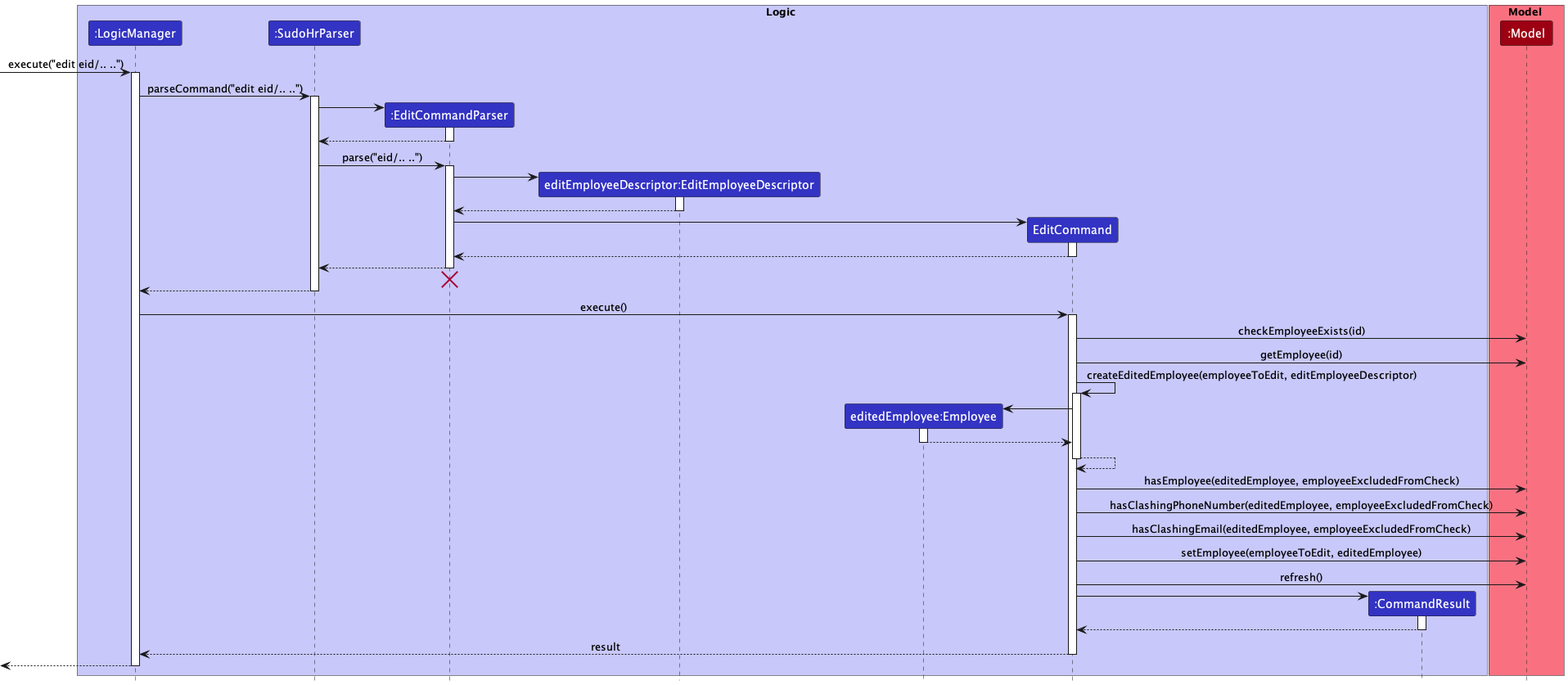
Earlier version of the PlantUML export docs/images/commands/employee/EditEmployeeSequenceDiagram.png (nus-cs2103-AY2223S2/tp).
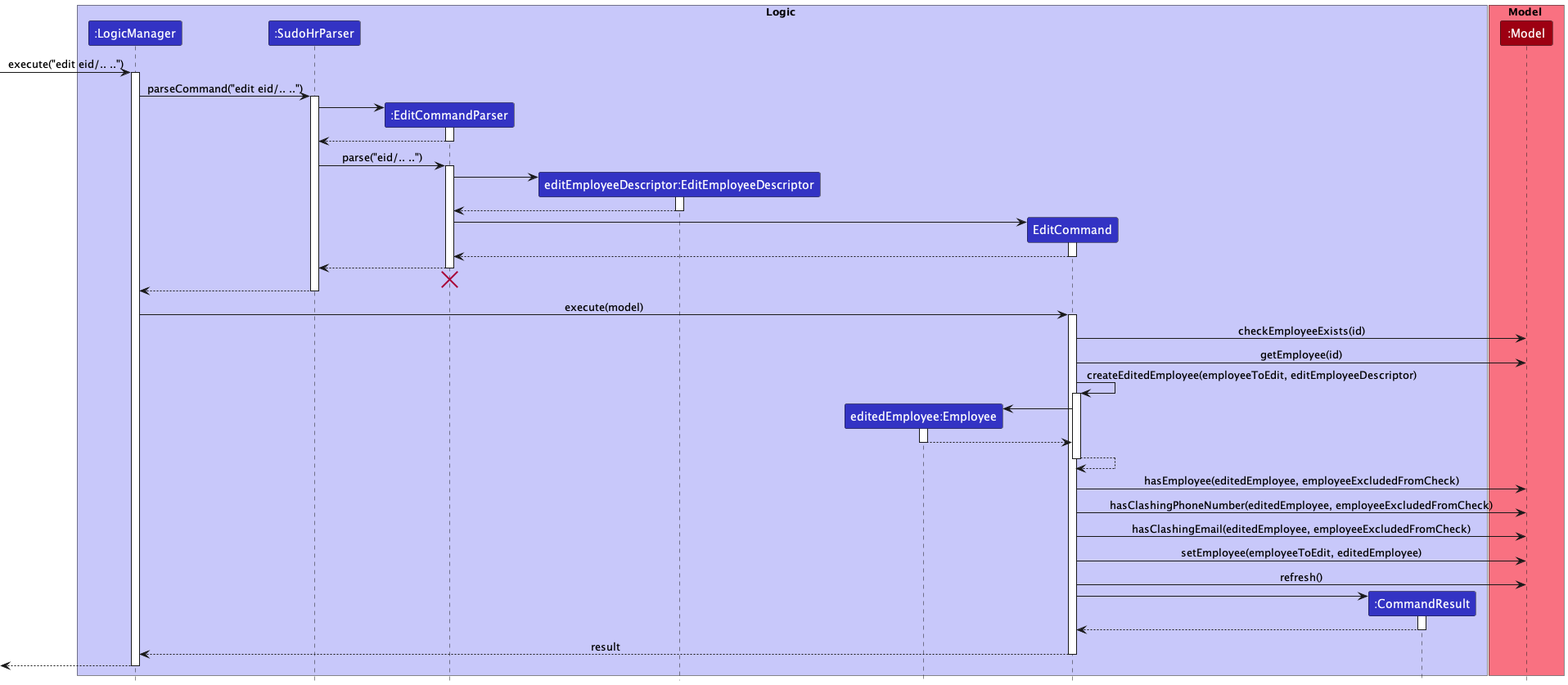
After the commit.

The edit, as a diff of the source:
```diff
@@ -53,7 +53,7 @@
 SudoHrParser --> LogicManager
 deactivate SudoHrParser
 
-LogicManager -> EditCommand : execute()
+LogicManager -> EditCommand : execute(model)
 activate EditCommand
 
 EditCommand -> Model: checkEmployeeExists(id)
```
